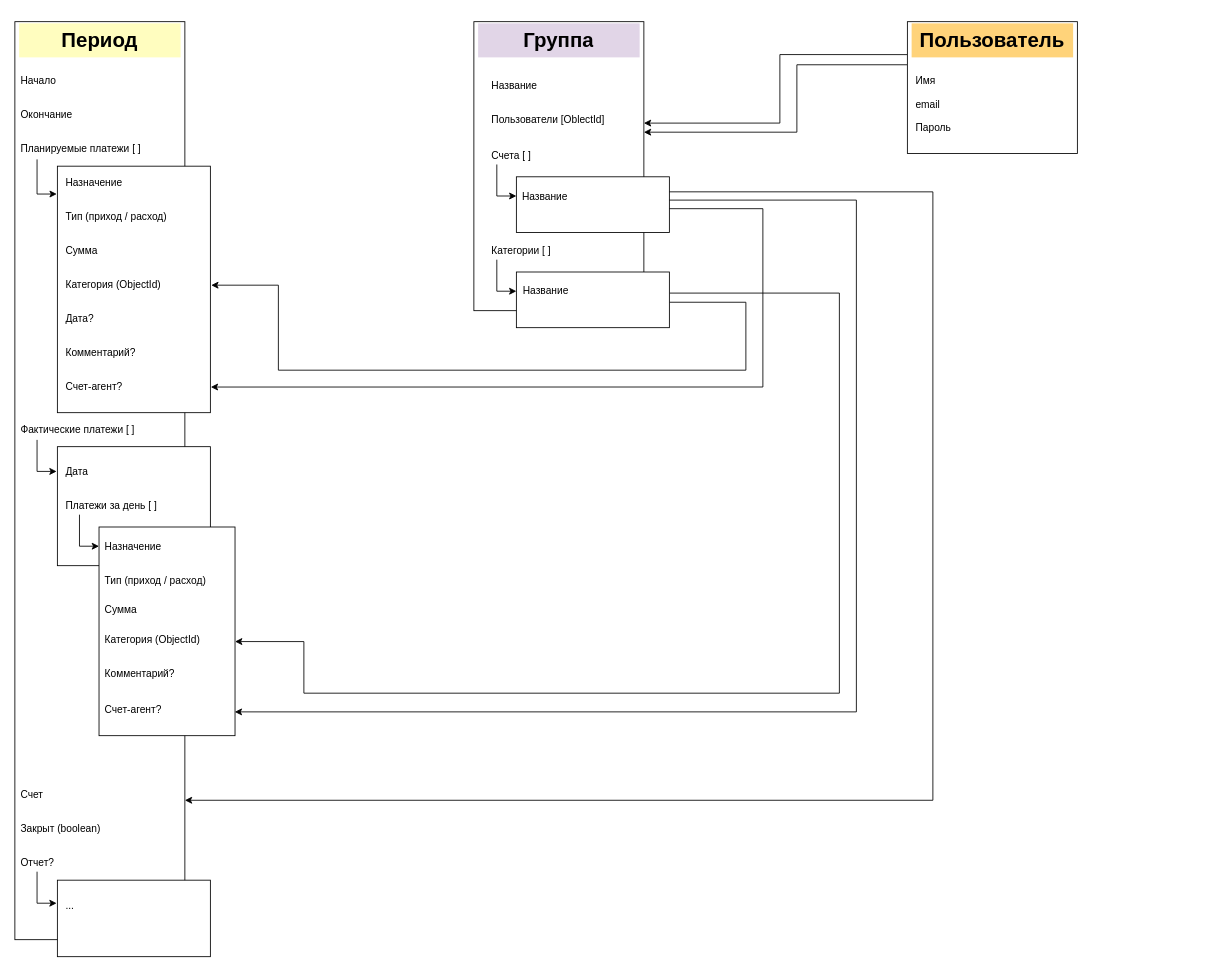
Before: diagram/db_structure.drawio in leonid-belikov/express, a draw.io diagram. Source tidied: cells renumbered, new cells numbered last; positions are measured from the earlier drawing's top-left corner, leaving out a move shared by most shapes. Both pictures are drawn from the tidied source at 85%, with x=0, y=0 at pixel (14, 21).
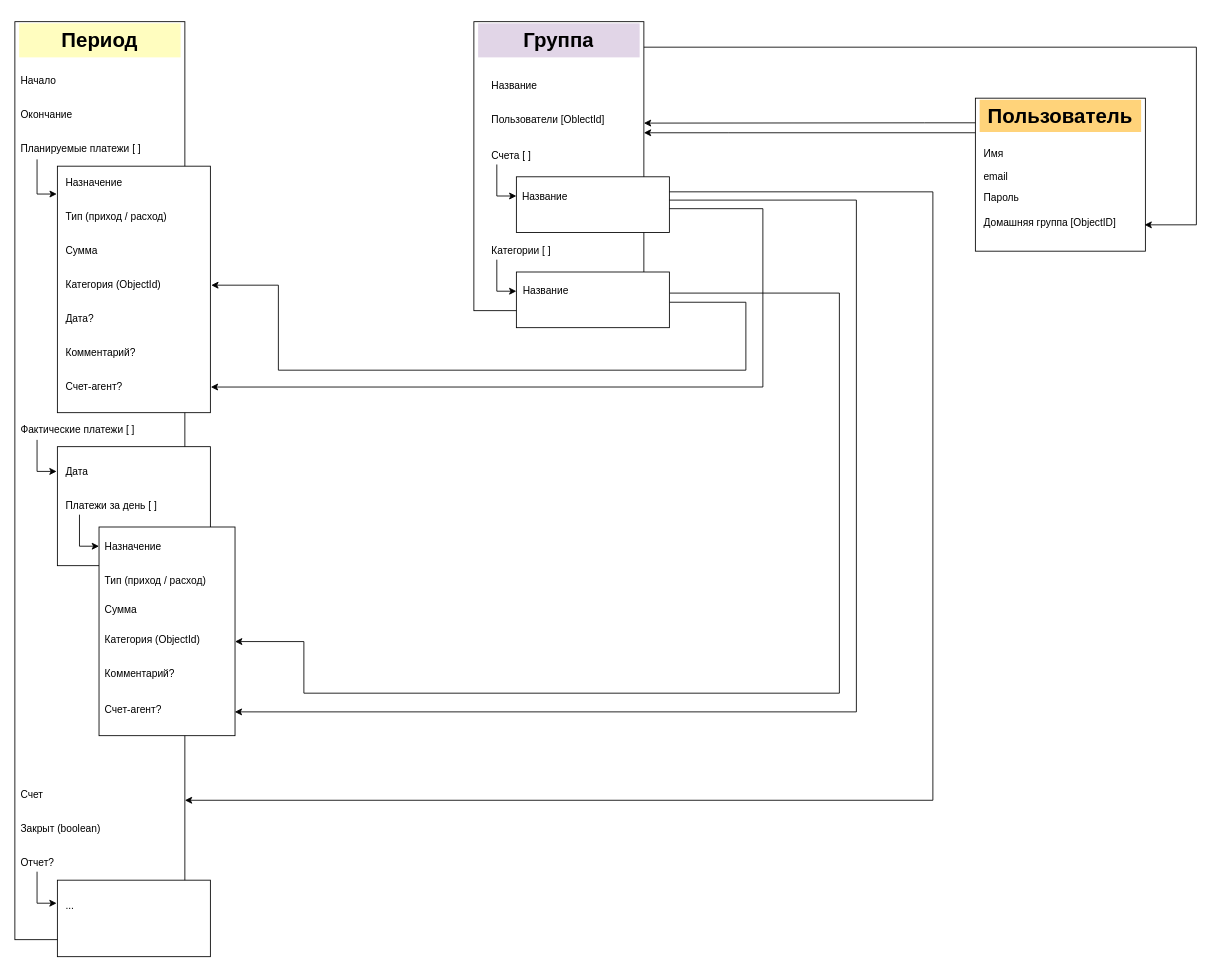
After the change.

The change refers to these unchanged cells:
```xml
<mxCell id="34" style="rounded=0;whiteSpace=wrap;html=1;" parent="33" vertex="1">
  <mxGeometry width="200" height="340" as="geometry" />
</mxCell>
```

Diff of the diagram source:
```diff
@@
-    <mxCell id="29" style="edgeStyle=orthogonalEdgeStyle;rounded=0;jettySize=auto;html=1;exitX=-0.002;exitY=0.327;exitDx=0;exitDy=0;exitPerimeter=0;" parent="1" edge="1" source="52" target="34">
+    <mxCell id="29" style="edgeStyle=orthogonalEdgeStyle;rounded=0;jettySize=auto;html=1;exitX=0.001;exitY=0.226;exitDx=0;exitDy=0;exitPerimeter=0;" parent="1" edge="1" source="52" target="34">
       <mxGeometry relative="1" as="geometry">
         <Array as="points">
-          <mxPoint x="920" y="51" />
-          <mxPoint x="920" y="130" />
+          <mxPoint x="840" y="131" />
+          <mxPoint x="840" y="131" />
         </Array>
       </mxGeometry>
     </mxCell>
-    <mxCell id="30" style="edgeStyle=orthogonalEdgeStyle;rounded=0;jettySize=auto;html=1;exitX=0;exitY=0.25;exitDx=0;exitDy=0;entryX=1;entryY=0.351;entryDx=0;entryDy=0;entryPerimeter=0;" parent="1" edge="1" source="52" target="34">
+    <mxCell id="30" style="edgeStyle=orthogonalEdgeStyle;rounded=0;jettySize=auto;html=1;entryX=1;entryY=0.351;entryDx=0;entryDy=0;entryPerimeter=0;exitX=0.001;exitY=0.161;exitDx=0;exitDy=0;exitPerimeter=0;" parent="1" edge="1" source="52" target="34">
       <mxGeometry relative="1" as="geometry">
         <Array as="points">
-          <mxPoint x="900" y="39" />
-          <mxPoint x="900" y="119" />
+          <mxPoint x="1070" y="119" />
         </Array>
       </mxGeometry>
     </mxCell>
@@
     <mxCell id="51" style="group;" parent="1" vertex="1">
-      <mxGeometry x="1050" width="200" height="155" as="geometry" />
+      <mxGeometry x="1130" y="90" width="200" height="180" as="geometry" />
     </mxCell>
     <mxCell id="52" style="rounded=0;whiteSpace=wrap;html=1;" parent="51" vertex="1">
-      <mxGeometry width="200" height="155" as="geometry" />
+      <mxGeometry width="200" height="180" as="geometry" />
     </mxCell>
     <mxCell id="53" value="&lt;h1&gt;Пользователь&lt;/h1&gt;" style="text;html=1;strokeColor=none;fillColor=#FFD37A;spacing=5;spacingTop=-20;whiteSpace=wrap;overflow=hidden;rounded=0;align=center;" parent="51" vertex="1">
-      <mxGeometry x="5" y="2" width="190" height="40" as="geometry" />
+      <mxGeometry x="5" y="1.9" width="190" height="37.9" as="geometry" />
     </mxCell>
     <mxCell id="54" value="Имя" style="text;html=1;strokeColor=none;fillColor=none;align=left;verticalAlign=middle;whiteSpace=wrap;rounded=0;" parent="51" vertex="1">
-      <mxGeometry x="7.5" y="60" width="185" height="20" as="geometry" />
+      <mxGeometry x="7.5" y="56.8" width="185" height="18.9" as="geometry" />
     </mxCell>
     <mxCell id="55" value="email" style="text;html=1;strokeColor=none;fillColor=none;align=left;verticalAlign=middle;whiteSpace=wrap;rounded=0;" parent="51" vertex="1">
-      <mxGeometry x="7.5" y="88" width="185" height="20" as="geometry" />
+      <mxGeometry x="7.5" y="83.4" width="185" height="18.9" as="geometry" />
     </mxCell>
     <mxCell id="56" value="Пароль" style="text;html=1;strokeColor=none;fillColor=none;align=left;verticalAlign=middle;whiteSpace=wrap;rounded=0;" parent="51" vertex="1">
-      <mxGeometry x="7.5" y="115" width="185" height="20" as="geometry" />
+      <mxGeometry x="7.5" y="108.9" width="185" height="18.9" as="geometry" />
     </mxCell>
+    <mxCell id="61" value="Домашняя группа [ObjectID]" style="text;html=1;strokeColor=none;fillColor=none;align=left;verticalAlign=middle;whiteSpace=wrap;rounded=0;" parent="51" vertex="1">
+      <mxGeometry x="7.5" y="137.4" width="185" height="18.9" as="geometry" />
+    </mxCell>
@@
+    <mxCell id="62" style="edgeStyle=orthogonalEdgeStyle;rounded=0;jettySize=auto;html=1;entryX=0.995;entryY=0.828;entryDx=0;entryDy=0;entryPerimeter=0;" parent="1" edge="1" target="52">
+      <mxGeometry relative="1" as="geometry">
+        <mxPoint x="740" y="30" as="sourcePoint" />
+        <Array as="points">
+          <mxPoint x="1390" y="30" />
+          <mxPoint x="1390" y="239" />
+        </Array>
+      </mxGeometry>
+    </mxCell>
```
